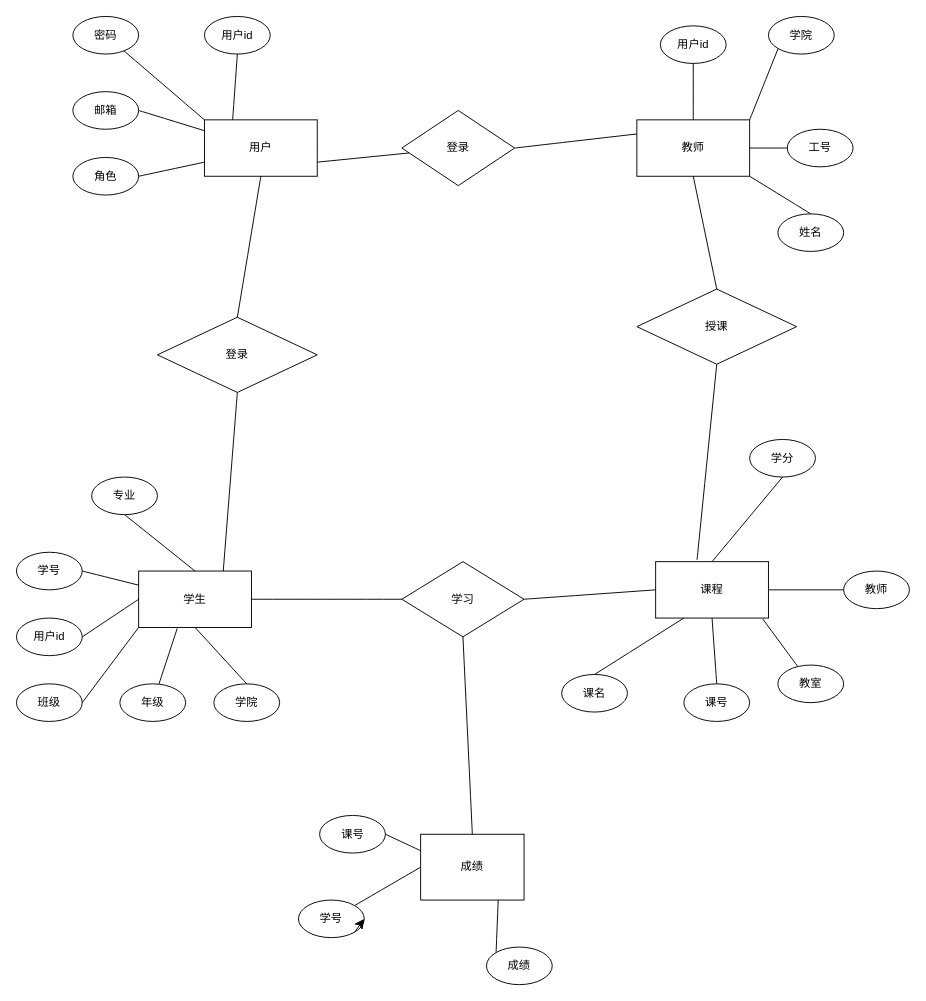
This is er.drawio from luoyueyuguang/smartcampus-backend, a draw.io file, before an edit. Source tidied: cells renumbered, new cells numbered last; positions are measured from the earlier drawing's top-left corner, leaving out a move shared by most shapes. Both pictures are drawn from the tidied source at 94%, with x=0, y=0 at pixel (16, 16).
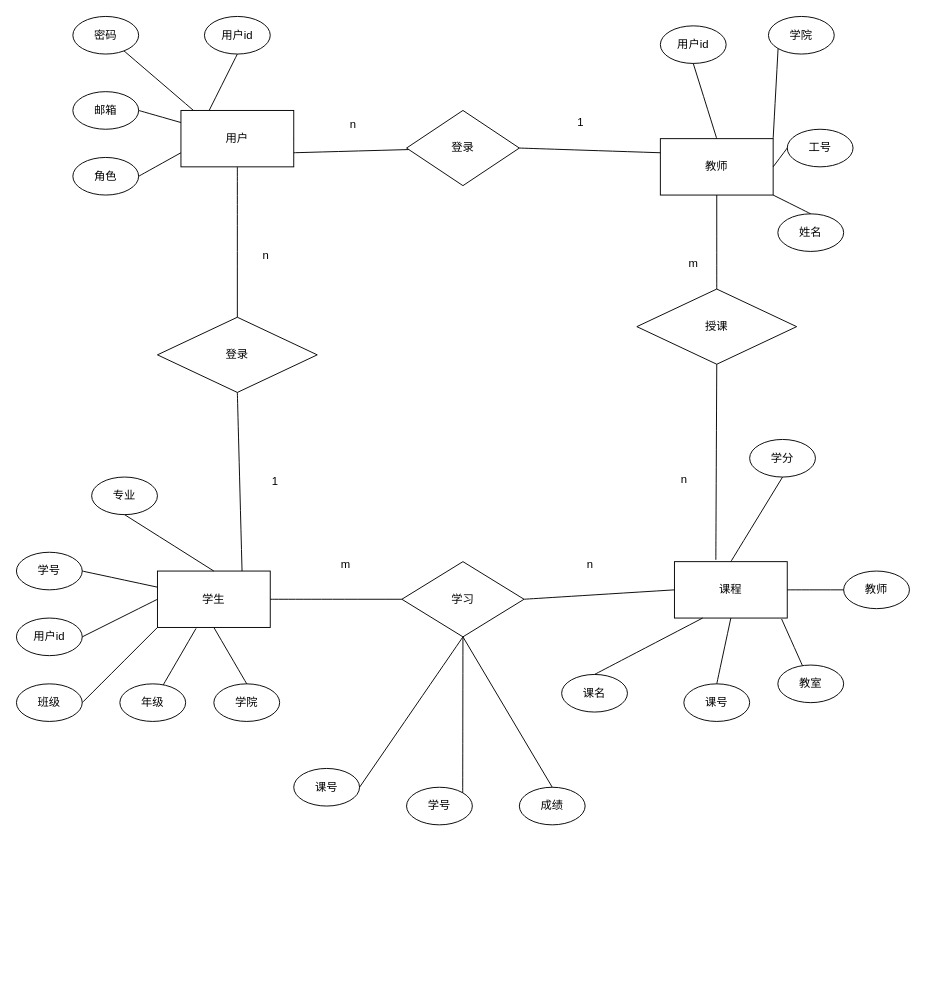
The same page after the edit.

Unchanged cells that the change refers to:
```xml
<mxCell id="53" value="学习" style="rhombus;whiteSpace=wrap;html=1;" parent="1" vertex="1">
  <mxGeometry x="410" y="580" width="130" height="80" as="geometry" />
</mxCell>
```

Diff of the diagram source:
```diff
@@
     <mxCell id="10" value="学生" style="rounded=0;whiteSpace=wrap;html=1;" parent="1" vertex="1">
-      <mxGeometry x="130" y="590" width="120" height="60" as="geometry" />
+      <mxGeometry x="150" y="590" width="120" height="60" as="geometry" />
     </mxCell>
@@
     <mxCell id="17" value="用户" style="rounded=0;whiteSpace=wrap;html=1;" parent="1" vertex="1">
-      <mxGeometry x="200" y="110" width="120" height="60" as="geometry" />
+      <mxGeometry x="175" y="100" width="120" height="60" as="geometry" />
     </mxCell>
@@
     <mxCell id="21" value="教师" style="rounded=0;whiteSpace=wrap;html=1;" parent="1" vertex="1">
-      <mxGeometry x="660" y="110" width="120" height="60" as="geometry" />
+      <mxGeometry x="685" y="130" width="120" height="60" as="geometry" />
     </mxCell>
@@
     <mxCell id="34" value="课程" style="rounded=0;whiteSpace=wrap;html=1;" parent="1" vertex="1">
-      <mxGeometry x="680" y="580" width="120" height="60" as="geometry" />
+      <mxGeometry x="700" y="580" width="120" height="60" as="geometry" />
     </mxCell>
@@
     <mxCell id="41" value="成绩" style="ellipse;whiteSpace=wrap;html=1;" parent="1" vertex="1">
-      <mxGeometry x="500" y="990" width="70" height="40" as="geometry" />
+      <mxGeometry x="535" y="820" width="70" height="40" as="geometry" />
     </mxCell>
     <mxCell id="42" value="课号" style="ellipse;whiteSpace=wrap;html=1;" parent="1" vertex="1">
-      <mxGeometry x="322.5" y="850" width="70" height="40" as="geometry" />
+      <mxGeometry x="295" y="800" width="70" height="40" as="geometry" />
     </mxCell>
     <mxCell id="43" value="学号" style="ellipse;whiteSpace=wrap;html=1;" parent="1" vertex="1">
-      <mxGeometry x="300" y="940" width="70" height="40" as="geometry" />
+      <mxGeometry x="415" y="820" width="70" height="40" as="geometry" />
     </mxCell>
@@
-    <mxCell id="47" value="成绩" style="rounded=0;whiteSpace=wrap;html=1;" parent="1" vertex="1">
-      <mxGeometry x="430" y="870" width="110" height="70" as="geometry" />
-    </mxCell>
-    <mxCell id="48" style="edgeStyle=none;curved=1;rounded=0;orthogonalLoop=1;jettySize=auto;html=1;exitX=1;exitY=1;exitDx=0;exitDy=0;entryX=1;entryY=0.5;entryDx=0;entryDy=0;fontSize=12;startSize=8;endSize=8;" parent="1" edge="1" source="43" target="43">
-      <mxGeometry relative="1" as="geometry" />
-    </mxCell>
-    <mxCell id="49" style="endArrow=none;html=1;rounded=0;fontSize=12;startSize=8;endSize=8;curved=1;entryX=1;entryY=0.5;entryDx=0;entryDy=0;exitX=0;exitY=0.25;exitDx=0;exitDy=0;" parent="1" edge="1" source="47" target="42">
+    <mxCell id="49" style="endArrow=none;html=1;rounded=0;fontSize=12;startSize=8;endSize=8;curved=1;entryX=1;entryY=0.5;entryDx=0;entryDy=0;exitX=0.5;exitY=1;exitDx=0;exitDy=0;" parent="1" edge="1" source="53" target="42">
       <mxGeometry relative="1" as="geometry" />
     </mxCell>
-    <mxCell id="50" style="endArrow=none;html=1;rounded=0;fontSize=12;startSize=8;endSize=8;curved=1;exitX=1;exitY=0;exitDx=0;exitDy=0;entryX=0;entryY=0.5;entryDx=0;entryDy=0;" parent="1" edge="1" source="43" target="47">
+    <mxCell id="50" style="endArrow=none;html=1;rounded=0;fontSize=12;startSize=8;endSize=8;curved=1;exitX=1;exitY=0;exitDx=0;exitDy=0;entryX=0.5;entryY=1;entryDx=0;entryDy=0;" parent="1" edge="1" source="43" target="53">
       <mxGeometry relative="1" as="geometry" />
     </mxCell>
-    <mxCell id="51" style="endArrow=none;html=1;rounded=0;fontSize=12;startSize=8;endSize=8;curved=1;entryX=0.75;entryY=1;entryDx=0;entryDy=0;exitX=0;exitY=0;exitDx=0;exitDy=0;" parent="1" edge="1" source="41" target="47">
-      <mxGeometry relative="1" as="geometry" />
-    </mxCell>
@@
     <mxCell id="64" value="登录" style="rhombus;whiteSpace=wrap;html=1;" parent="1" vertex="1">
-      <mxGeometry x="410" y="100" width="120" height="80" as="geometry" />
+      <mxGeometry x="415" y="100" width="120" height="80" as="geometry" />
     </mxCell>
@@
-    <mxCell id="66" style="endArrow=none;html=1;rounded=0;fontSize=12;startSize=8;endSize=8;curved=1;exitX=0.5;exitY=0;exitDx=0;exitDy=0;entryX=0.5;entryY=1;entryDx=0;entryDy=0;" parent="1" edge="1" source="47" target="53">
-      <mxGeometry relative="1" as="geometry" />
-    </mxCell>
+    <mxCell id="67" value="n" style="text;html=1;align=center;verticalAlign=middle;strokeColor=none;fillColor=none;" parent="1" vertex="1">
+      <mxGeometry x="342.5" y="100" width="30" height="30" as="geometry" />
+    </mxCell>
+    <mxCell id="68" value="1" style="text;html=1;align=center;verticalAlign=middle;strokeColor=none;fillColor=none;" parent="1" vertex="1">
+      <mxGeometry x="585" y="98" width="30" height="30" as="geometry" />
+    </mxCell>
+    <mxCell id="69" value="n" style="text;html=1;align=center;verticalAlign=middle;strokeColor=none;fillColor=none;" parent="1" vertex="1">
+      <mxGeometry x="250" y="240" width="30" height="30" as="geometry" />
+    </mxCell>
+    <mxCell id="70" value="1" style="text;html=1;align=center;verticalAlign=middle;strokeColor=none;fillColor=none;" parent="1" vertex="1">
+      <mxGeometry x="260" y="480" width="30" height="30" as="geometry" />
+    </mxCell>
+    <mxCell id="71" style="endArrow=none;html=1;rounded=0;entryX=0.5;entryY=0;entryDx=0;entryDy=0;exitX=0.5;exitY=1;exitDx=0;exitDy=0;" parent="1" edge="1" source="53" target="41">
+      <mxGeometry relative="1" as="geometry" />
+    </mxCell>
+    <mxCell id="72" value="m" style="text;html=1;align=center;verticalAlign=middle;strokeColor=none;fillColor=none;" parent="1" vertex="1">
+      <mxGeometry x="705" y="248" width="30" height="30" as="geometry" />
+    </mxCell>
+    <mxCell id="73" value="n" style="text;html=1;align=center;verticalAlign=middle;strokeColor=none;fillColor=none;" parent="1" vertex="1">
+      <mxGeometry x="695" y="478" width="30" height="30" as="geometry" />
+    </mxCell>
+    <mxCell id="74" value="m" style="text;html=1;align=center;verticalAlign=middle;strokeColor=none;fillColor=none;" parent="1" vertex="1">
+      <mxGeometry x="335" y="568" width="30" height="30" as="geometry" />
+    </mxCell>
+    <mxCell id="75" value="n" style="text;html=1;align=center;verticalAlign=middle;strokeColor=none;fillColor=none;" parent="1" vertex="1">
+      <mxGeometry x="595" y="568" width="30" height="30" as="geometry" />
+    </mxCell>
```
